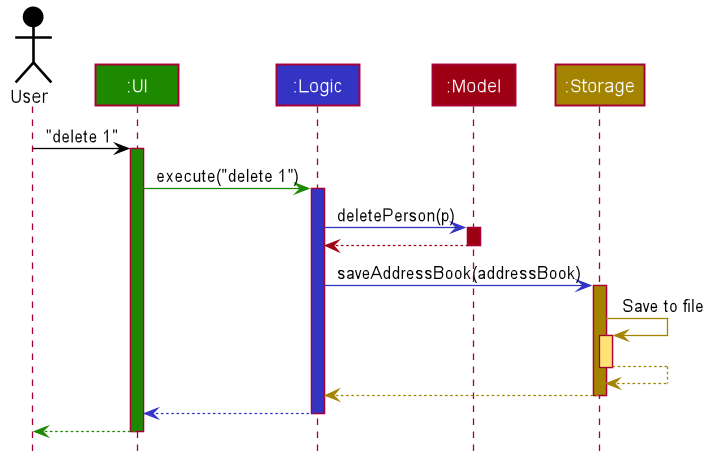
se-edu/addressbook-level3 keeps this PlantUML diagram as docs/images/ArchitectureSequenceDiagram.png. Above is the earlier version.
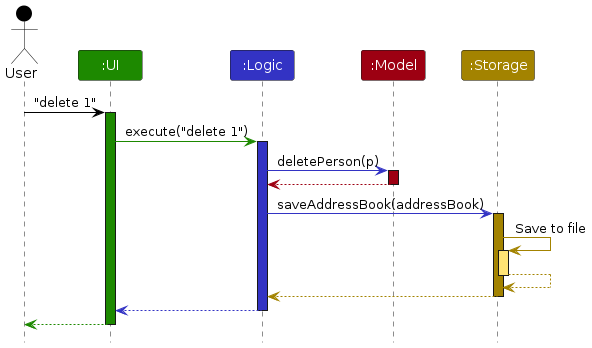
Above is the later version.

Change to the diagram source:
```diff
@@ -1,85 +1,38 @@
 @startuml
+!include style.puml
 
+Actor User as user USER_COLOR
+Participant ":UI" as ui UI_COLOR
+Participant ":Logic" as logic LOGIC_COLOR
+Participant ":Model" as model MODEL_COLOR
+Participant ":Storage" as storage STORAGE_COLOR
 
+user -[USER_COLOR]> ui : "delete 1"
+activate ui UI_COLOR
 
+ui -[UI_COLOR]> logic : execute("delete 1")
+activate logic LOGIC_COLOR
 
+logic -[LOGIC_COLOR]> model : deletePerson(p)
+activate model MODEL_COLOR
 
-
-
-
-skinparam BackgroundColor #FFFFFFF
-
-skinparam Shadowing false
-
-skinparam Class {
-    FontColor #FFFFFF
-    BorderThickness 1
-    BorderColor #FFFFFF
-    StereotypeFontColor #FFFFFF
-    FontName Arial
-}
-
-skinparam Actor {
-    BorderColor #000000
-    Color #000000
-    FontName Arial
-}
-
-skinparam Sequence {
-    MessageAlign center
-    BoxFontSize 15
-    BoxPadding 0
-    BoxFontColor #FFFFFF
-    FontName Arial
-}
-
-skinparam Participant {
-    FontColor #FFFFFFF
-    Padding 20
-}
-
-skinparam MinClassWidth 50
-skinparam ParticipantPadding 10
-skinparam Shadowing false
-skinparam DefaultTextAlignment center
-skinparam packageStyle Rectangle
-
-hide footbox
-hide members
-hide circle
-
-Actor User as user #000000
-Participant ":UI" as ui #1D8900
-Participant ":Logic" as logic #3333C4
-Participant ":Model" as model #9D0012
-Participant ":Storage" as storage #A38300
-
-user -[#000000]> ui : "delete 1"
-activate ui #1D8900
-
-ui -[#1D8900]> logic : execute("delete 1")
-activate logic #3333C4
-
-logic -[#3333C4]> model : deletePerson(p)
-activate model #9D0012
-
-model -[#9D0012]-> logic
+model -[MODEL_COLOR]-> logic
 deactivate model
 
-logic -[#3333C4]> storage : saveAddressBook(addressBook)
-activate storage #A38300
+logic -[LOGIC_COLOR]> storage : saveAddressBook(addressBook)
+activate storage STORAGE_COLOR
 
-storage -[#A38300]> storage : Save to file
-activate storage #FFE374
-storage --[#A38300]> storage
+storage -[STORAGE_COLOR]> storage : Save to file
+activate storage STORAGE_COLOR_T1
+storage --[STORAGE_COLOR]> storage
 deactivate storage
 
-storage --[#A38300]> logic
+storage --[STORAGE_COLOR]> logic
 deactivate storage
 
-logic --[#3333C4]> ui
+logic --[LOGIC_COLOR]> ui
 deactivate logic
 
-ui--[#1D8900]> user
+ui--[UI_COLOR]> user
 deactivate ui
 @enduml
```
